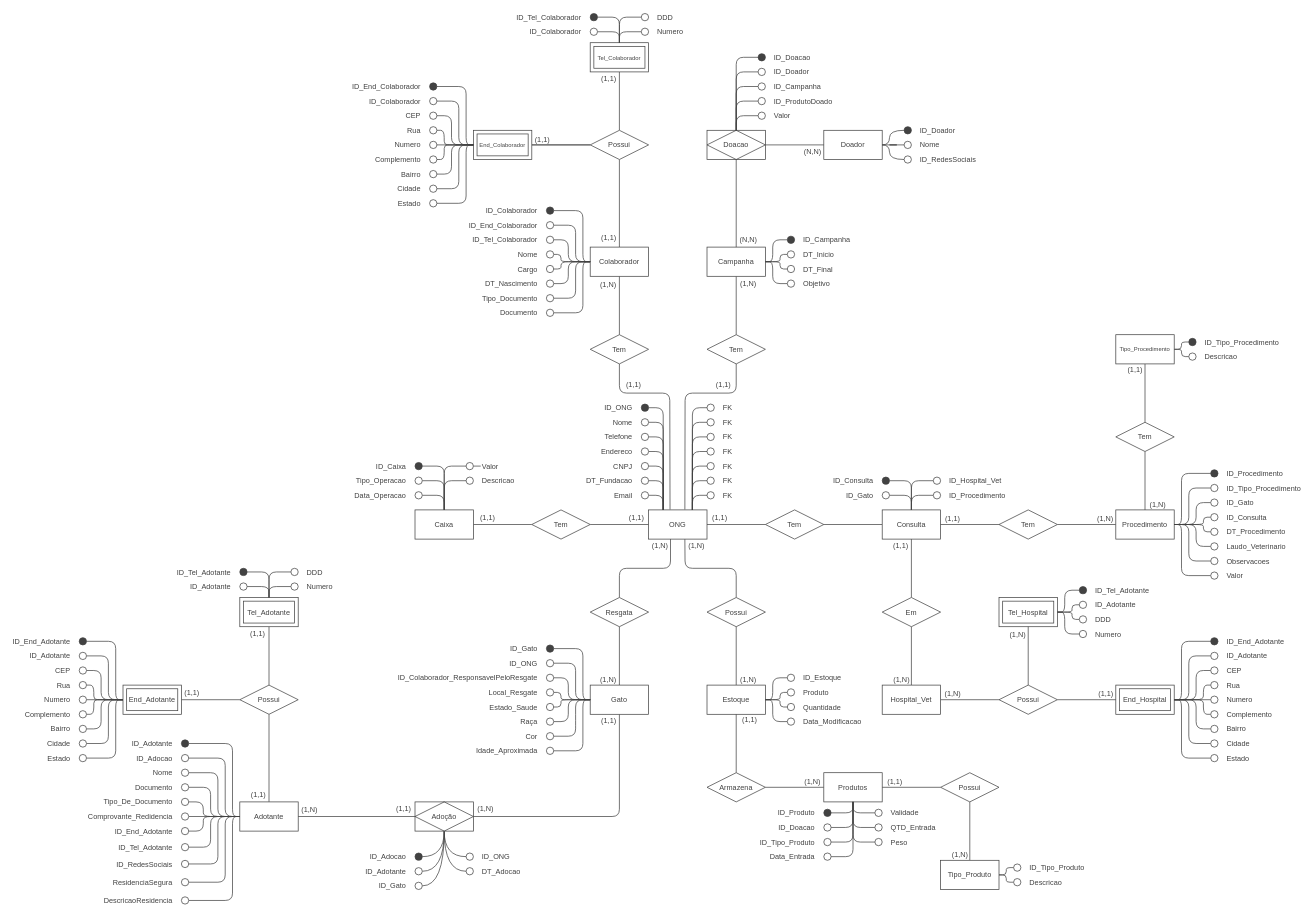
Before: docs/modelo-conceitual.drawio in Projeto-ResGatinhos/db-resgatinhos, a draw.io diagram. Source tidied: cells renumbered, new cells numbered last; positions are measured from the earlier drawing's top-left corner, leaving out a move shared by most shapes. Both pictures are drawn from the tidied source at 73%, with x=0, y=0 at pixel (28, 13).
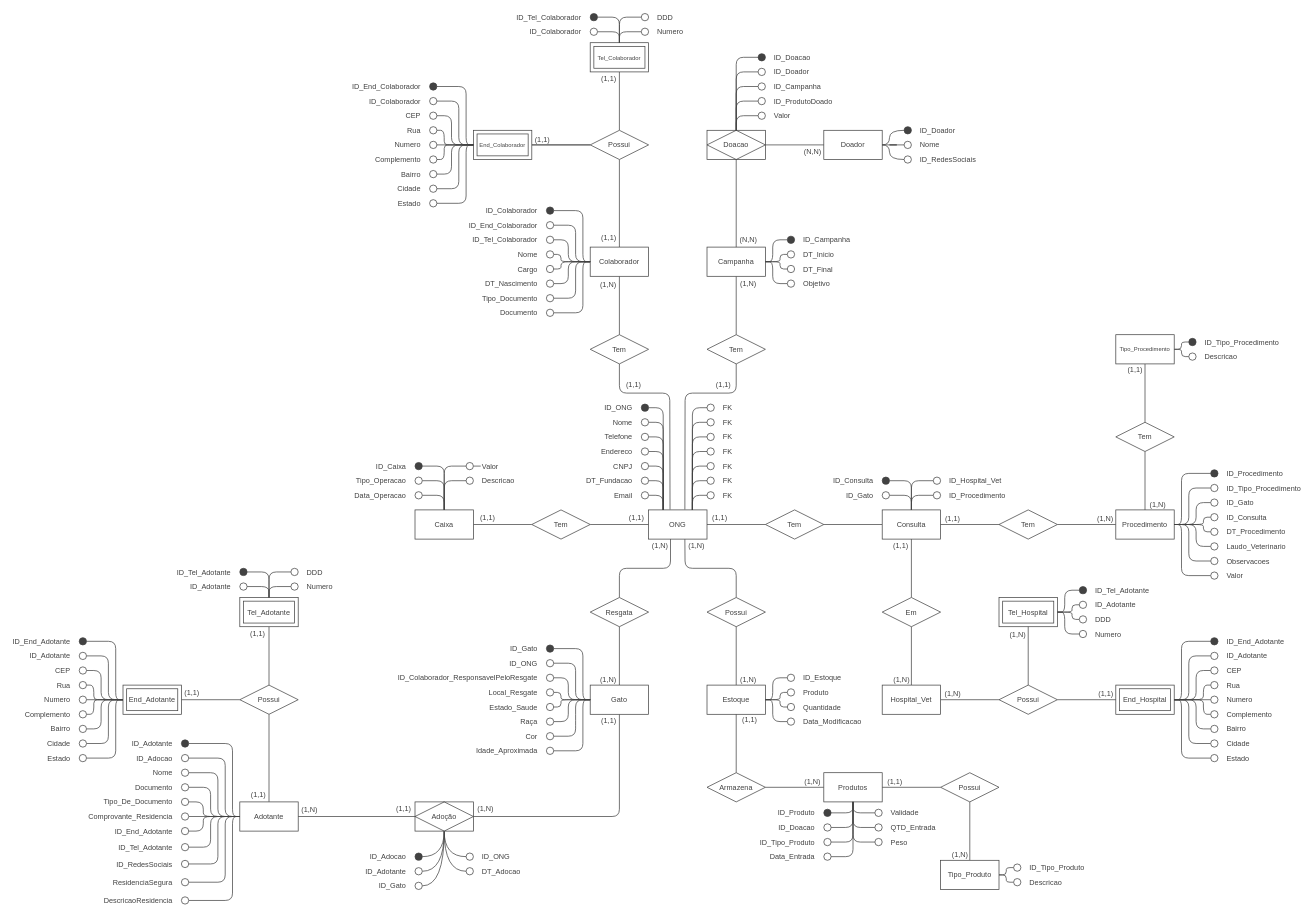
Above is the later version.

Change to the diagram source:
```diff
@@
-    <mxCell id="453" value="Comprovante_Redidencia" style="text;html=1;strokeColor=none;fillColor=none;align=right;verticalAlign=middle;whiteSpace=wrap;rounded=0;fontFamily=Helvetica;fontSize=10;fontColor=#424242;" parent="1" vertex="1">
+    <mxCell id="453" value="Comprovante_Residencia" style="text;html=1;strokeColor=none;fillColor=none;align=right;verticalAlign=middle;whiteSpace=wrap;rounded=0;fontFamily=Helvetica;fontSize=10;fontColor=#424242;" parent="1" vertex="1">
       <mxGeometry x="140" y="1095" width="60" height="10" as="geometry" />
     </mxCell>
```
